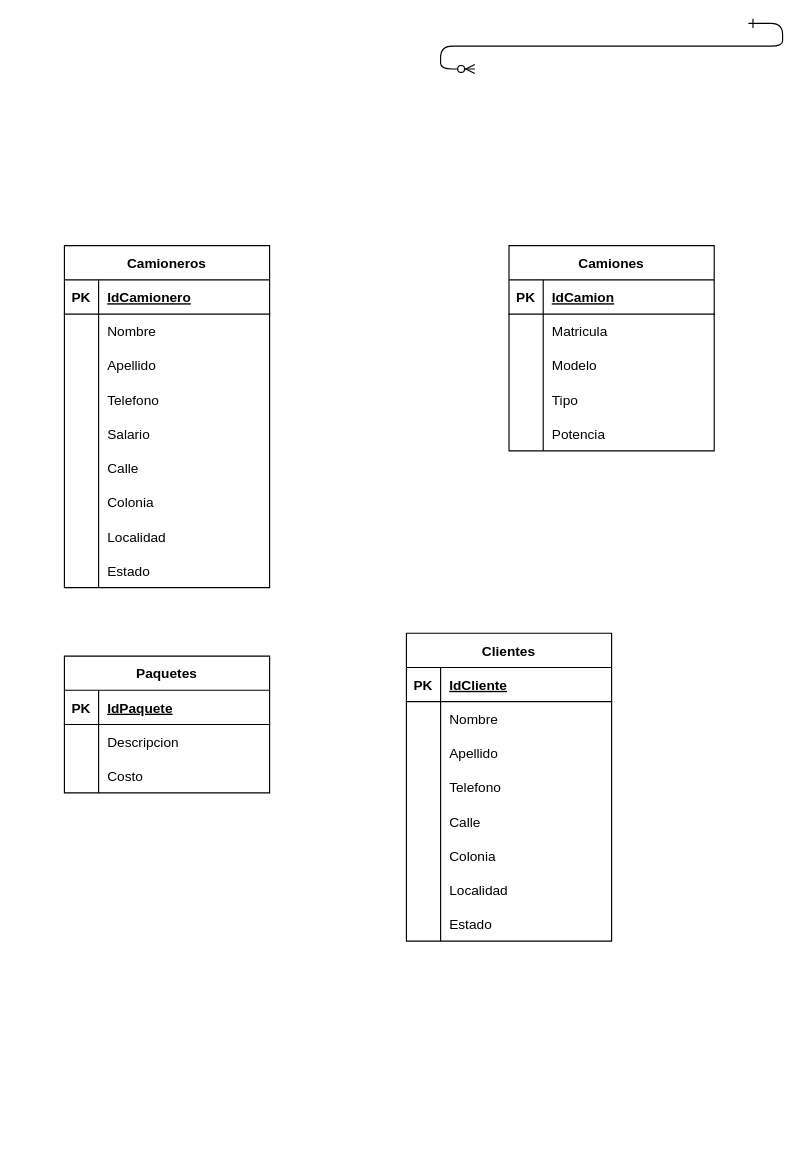
Earlier version of the draw.io diagram Transportes.drawio (DanielaaER/Base-de-Datos). Source tidied: cells renumbered, new cells numbered last; positions are measured from the earlier drawing's top-left corner, leaving out a move shared by most shapes. Both pictures are drawn from the tidied source at 114%, with x=0, y=0 at pixel (64, 23).
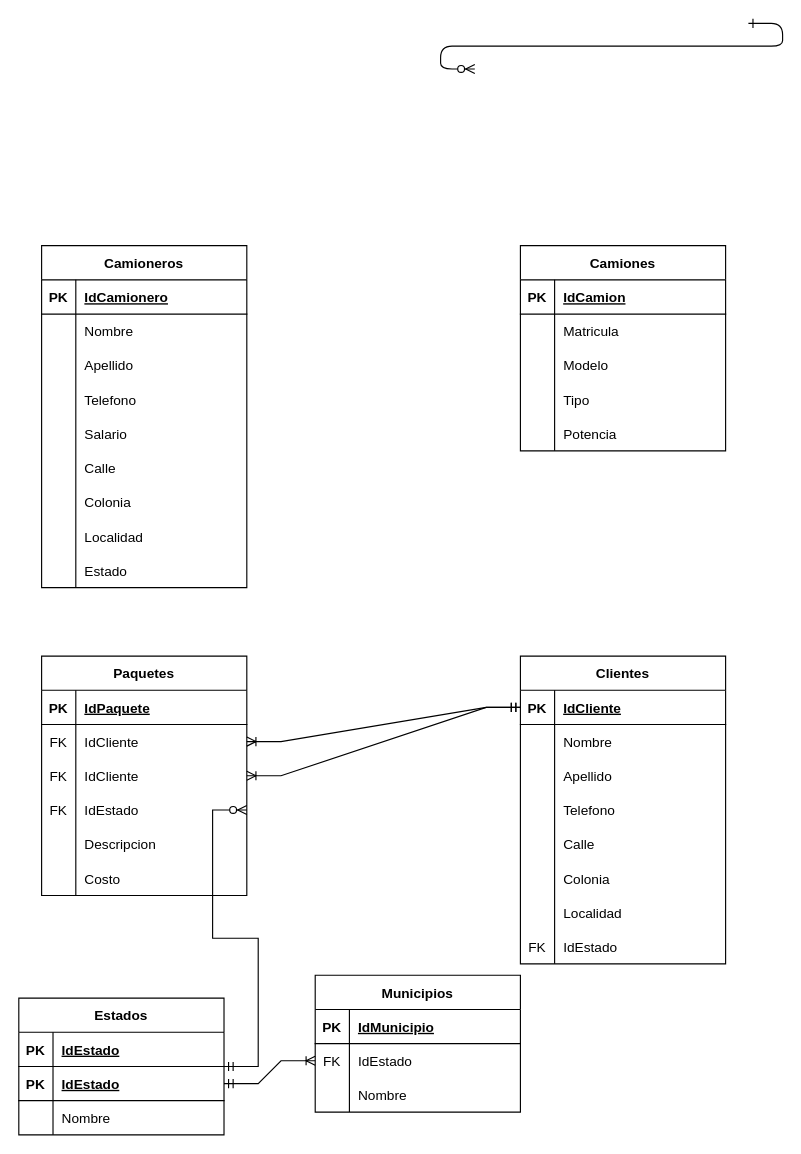
The same page after the edit.

Commit message:
hice conexiones

Unchanged cells that the change refers to:
```xml
<mxCell id="58" style="shape=tableRow;horizontal=0;startSize=0;swimlaneHead=0;swimlaneBody=0;fillColor=none;points=[[0,0.5],[1,0.5]];portConstraint=eastwest;top=0;left=0;right=0;bottom=1;" parent="57" vertex="1">
  <mxGeometry y="30" width="180" height="30" as="geometry" />
</mxCell>
<mxCell id="79" style="shape=tableRow;horizontal=0;startSize=0;swimlaneHead=0;swimlaneBody=0;fillColor=none;top=0;left=0;right=0;bottom=0;" parent="57" vertex="1">
  <mxGeometry y="240" width="180" height="30" as="geometry" />
</mxCell>
```

What changed in the source:
```diff
@@
     <mxCell id="3" value="Camioneros" style="shape=table;startSize=30;childLayout=tableLayout;rowLines=0;fontStyle=1;align=center;" parent="1" vertex="1">
-      <mxGeometry y="195" width="180" height="300" as="geometry" />
+      <mxGeometry x="-20" y="195" width="180" height="300" as="geometry" />
     </mxCell>
@@
     <mxCell id="31" value="Camiones" style="shape=table;startSize=30;childLayout=tableLayout;rowLines=0;fontStyle=1;align=center;" parent="1" vertex="1">
-      <mxGeometry x="390" y="195" width="180" height="180" as="geometry" />
+      <mxGeometry x="400" y="195" width="180" height="180" as="geometry" />
     </mxCell>
@@
     <mxCell id="47" value="Paquetes" style="shape=table;startSize=30;childLayout=tableLayout;rowLines=0;fontStyle=1;align=center;" parent="1" vertex="1">
-      <mxGeometry y="555" width="180" height="120" as="geometry" />
+      <mxGeometry x="-20" y="555" width="180" height="210" as="geometry" />
     </mxCell>
@@
+    <mxCell id="82" style="shape=tableRow;horizontal=0;startSize=0;swimlaneHead=0;swimlaneBody=0;fillColor=none;points=[[0,0.5],[1,0.5]];portConstraint=eastwest;top=0;left=0;right=0;bottom=0;" parent="47" vertex="1">
+      <mxGeometry y="60" width="180" height="30" as="geometry" />
+    </mxCell>
+    <mxCell id="83" value="FK" style="shape=partialRectangle;fillColor=none;top=0;left=0;bottom=0;right=0;fontStyle=0;overflow=hidden;" parent="82" vertex="1">
+      <mxGeometry width="30" height="30" as="geometry" />
+    </mxCell>
+    <mxCell id="84" value="IdCliente" style="shape=partialRectangle;fillColor=none;top=0;left=0;bottom=0;right=0;align=left;spacingLeft=6;fontStyle=0;overflow=hidden;" parent="82" vertex="1">
+      <mxGeometry x="30" width="150" height="30" as="geometry" />
+    </mxCell>
+    <mxCell id="85" style="shape=tableRow;horizontal=0;startSize=0;swimlaneHead=0;swimlaneBody=0;fillColor=none;points=[[0,0.5],[1,0.5]];portConstraint=eastwest;top=0;left=0;right=0;bottom=0;" parent="47" vertex="1">
+      <mxGeometry y="90" width="180" height="30" as="geometry" />
+    </mxCell>
+    <mxCell id="86" value="FK" style="shape=partialRectangle;fillColor=none;top=0;left=0;bottom=0;right=0;fontStyle=0;overflow=hidden;" parent="85" vertex="1">
+      <mxGeometry width="30" height="30" as="geometry" />
+    </mxCell>
+    <mxCell id="87" value="IdCliente" style="shape=partialRectangle;fillColor=none;top=0;left=0;bottom=0;right=0;align=left;spacingLeft=6;fontStyle=0;overflow=hidden;" parent="85" vertex="1">
+      <mxGeometry x="30" width="150" height="30" as="geometry" />
+    </mxCell>
+    <mxCell id="88" style="shape=tableRow;horizontal=0;startSize=0;swimlaneHead=0;swimlaneBody=0;fillColor=none;points=[[0,0.5],[1,0.5]];portConstraint=eastwest;top=0;left=0;right=0;bottom=0;" parent="47" vertex="1">
+      <mxGeometry y="120" width="180" height="30" as="geometry" />
+    </mxCell>
+    <mxCell id="89" value="FK" style="shape=partialRectangle;fillColor=none;top=0;left=0;bottom=0;right=0;fontStyle=0;overflow=hidden;" parent="88" vertex="1">
+      <mxGeometry width="30" height="30" as="geometry" />
+    </mxCell>
+    <mxCell id="90" value="IdEstado" style="shape=partialRectangle;fillColor=none;top=0;left=0;bottom=0;right=0;align=left;spacingLeft=6;fontStyle=0;overflow=hidden;" parent="88" vertex="1">
+      <mxGeometry x="30" width="150" height="30" as="geometry" />
+    </mxCell>
     <mxCell id="51" style="shape=tableRow;horizontal=0;startSize=0;swimlaneHead=0;swimlaneBody=0;fillColor=none;top=0;left=0;right=0;bottom=0;" parent="47" vertex="1">
-      <mxGeometry y="60" width="180" height="30" as="geometry" />
+      <mxGeometry y="150" width="180" height="30" as="geometry" />
     </mxCell>
@@
     <mxCell id="54" style="shape=tableRow;horizontal=0;startSize=0;swimlaneHead=0;swimlaneBody=0;fillColor=none;top=0;left=0;right=0;bottom=0;" parent="47" vertex="1">
-      <mxGeometry y="90" width="180" height="30" as="geometry" />
+      <mxGeometry y="180" width="180" height="30" as="geometry" />
     </mxCell>
@@
     <mxCell id="57" value="Clientes" style="shape=table;startSize=30;childLayout=tableLayout;rowLines=0;fontStyle=1;align=center;" parent="1" vertex="1">
-      <mxGeometry x="300" y="535" width="180" height="270" as="geometry" />
+      <mxGeometry x="400" y="555" width="180" height="270" as="geometry" />
     </mxCell>
@@
-    <mxCell id="80" style="shape=partialRectangle;fillColor=none;top=0;left=0;bottom=0;right=0;overflow=hidden;" parent="79" vertex="1">
-      <mxGeometry width="30" height="30" as="geometry" />
-    </mxCell>
-    <mxCell id="81" value="Estado" style="shape=partialRectangle;fillColor=none;top=0;left=0;bottom=0;right=0;align=left;spacingLeft=6;overflow=hidden;" parent="79" vertex="1">
-      <mxGeometry x="30" width="150" height="30" as="geometry" />
-    </mxCell>
+    <mxCell id="91" value="FK" style="shape=partialRectangle;fillColor=none;top=0;left=0;bottom=0;right=0;fontStyle=0;overflow=hidden;" parent="79" vertex="1">
+      <mxGeometry width="30" height="30" as="geometry" />
+    </mxCell>
+    <mxCell id="92" value="IdEstado" style="shape=partialRectangle;fillColor=none;top=0;left=0;bottom=0;right=0;align=left;spacingLeft=6;fontStyle=0;overflow=hidden;" parent="79" vertex="1">
+      <mxGeometry x="30" width="150" height="30" as="geometry" />
+    </mxCell>
+    <mxCell id="93" value="Estados" style="shape=table;startSize=30;childLayout=tableLayout;rowLines=0;fontStyle=1;align=center;" parent="1" vertex="1">
+      <mxGeometry x="-40" y="855" width="180" height="120" as="geometry" />
+    </mxCell>
+    <mxCell id="94" style="shape=tableRow;horizontal=0;startSize=0;swimlaneHead=0;swimlaneBody=0;fillColor=none;top=0;left=0;right=0;bottom=1;" parent="93" vertex="1">
+      <mxGeometry y="30" width="180" height="30" as="geometry" />
+    </mxCell>
+    <mxCell id="95" value="PK" style="shape=partialRectangle;fillColor=none;top=0;left=0;bottom=0;right=0;fontStyle=1;overflow=hidden;" parent="94" vertex="1">
+      <mxGeometry width="30" height="30" as="geometry" />
+    </mxCell>
+    <mxCell id="96" value="IdEstado" style="shape=partialRectangle;fillColor=none;top=0;left=0;bottom=0;right=0;align=left;spacingLeft=6;fontStyle=5;overflow=hidden;" parent="94" vertex="1">
+      <mxGeometry x="30" width="150" height="30" as="geometry" />
+    </mxCell>
+    <mxCell id="97" style="shape=tableRow;horizontal=0;startSize=0;swimlaneHead=0;swimlaneBody=0;fillColor=none;points=[[0,0.5],[1,0.5]];portConstraint=eastwest;top=0;left=0;right=0;bottom=1;" parent="93" vertex="1">
+      <mxGeometry y="60" width="180" height="30" as="geometry" />
+    </mxCell>
+    <mxCell id="98" value="PK" style="shape=partialRectangle;fillColor=none;top=0;left=0;bottom=0;right=0;fontStyle=1;overflow=hidden;" parent="97" vertex="1">
+      <mxGeometry width="30" height="30" as="geometry" />
+    </mxCell>
+    <mxCell id="99" value="IdEstado" style="shape=partialRectangle;fillColor=none;top=0;left=0;bottom=0;right=0;align=left;spacingLeft=6;fontStyle=5;overflow=hidden;" parent="97" vertex="1">
+      <mxGeometry x="30" width="150" height="30" as="geometry" />
+    </mxCell>
+    <mxCell id="100" style="shape=tableRow;horizontal=0;startSize=0;swimlaneHead=0;swimlaneBody=0;fillColor=none;top=0;left=0;right=0;bottom=0;" parent="93" vertex="1">
+      <mxGeometry y="90" width="180" height="30" as="geometry" />
+    </mxCell>
+    <mxCell id="101" style="shape=partialRectangle;fillColor=none;top=0;left=0;bottom=0;right=0;overflow=hidden;" parent="100" vertex="1">
+      <mxGeometry width="30" height="30" as="geometry" />
+    </mxCell>
+    <mxCell id="102" value="Nombre" style="shape=partialRectangle;fillColor=none;top=0;left=0;bottom=0;right=0;align=left;spacingLeft=6;overflow=hidden;" parent="100" vertex="1">
+      <mxGeometry x="30" width="150" height="30" as="geometry" />
+    </mxCell>
+    <mxCell id="103" value="Municipios" style="shape=table;startSize=30;childLayout=tableLayout;rowLines=0;fontStyle=1;align=center;" parent="1" vertex="1">
+      <mxGeometry x="220" y="835" width="180" height="120" as="geometry" />
+    </mxCell>
+    <mxCell id="104" style="shape=tableRow;horizontal=0;startSize=0;swimlaneHead=0;swimlaneBody=0;fillColor=none;top=0;left=0;right=0;bottom=1;" parent="103" vertex="1">
+      <mxGeometry y="30" width="180" height="30" as="geometry" />
+    </mxCell>
+    <mxCell id="105" value="PK" style="shape=partialRectangle;fillColor=none;top=0;left=0;bottom=0;right=0;fontStyle=1;overflow=hidden;" parent="104" vertex="1">
+      <mxGeometry width="30" height="30" as="geometry" />
+    </mxCell>
+    <mxCell id="106" value="IdMunicipio" style="shape=partialRectangle;fillColor=none;top=0;left=0;bottom=0;right=0;align=left;spacingLeft=6;fontStyle=5;overflow=hidden;" parent="104" vertex="1">
+      <mxGeometry x="30" width="150" height="30" as="geometry" />
+    </mxCell>
+    <mxCell id="107" style="shape=tableRow;horizontal=0;startSize=0;swimlaneHead=0;swimlaneBody=0;fillColor=none;points=[[0,0.5],[1,0.5]];portConstraint=eastwest;top=0;left=0;right=0;bottom=0;" parent="103" vertex="1">
+      <mxGeometry y="60" width="180" height="30" as="geometry" />
+    </mxCell>
+    <mxCell id="108" value="FK" style="shape=partialRectangle;fillColor=none;top=0;left=0;bottom=0;right=0;fontStyle=0;overflow=hidden;" parent="107" vertex="1">
+      <mxGeometry width="30" height="30" as="geometry" />
+    </mxCell>
+    <mxCell id="109" value="IdEstado" style="shape=partialRectangle;fillColor=none;top=0;left=0;bottom=0;right=0;align=left;spacingLeft=6;fontStyle=0;overflow=hidden;" parent="107" vertex="1">
+      <mxGeometry x="30" width="150" height="30" as="geometry" />
+    </mxCell>
+    <mxCell id="110" style="shape=tableRow;horizontal=0;startSize=0;swimlaneHead=0;swimlaneBody=0;fillColor=none;top=0;left=0;right=0;bottom=0;" parent="103" vertex="1">
+      <mxGeometry y="90" width="180" height="30" as="geometry" />
+    </mxCell>
+    <mxCell id="111" style="shape=partialRectangle;fillColor=none;top=0;left=0;bottom=0;right=0;overflow=hidden;" parent="110" vertex="1">
+      <mxGeometry width="30" height="30" as="geometry" />
+    </mxCell>
+    <mxCell id="112" value="Nombre" style="shape=partialRectangle;fillColor=none;top=0;left=0;bottom=0;right=0;align=left;spacingLeft=6;overflow=hidden;" parent="110" vertex="1">
+      <mxGeometry x="30" width="150" height="30" as="geometry" />
+    </mxCell>
+    <mxCell id="113" style="edgeStyle=entityRelationEdgeStyle;fontSize=12;html=1;endArrow=ERoneToMany;startArrow=ERmandOne;rounded=0;exitX=1;exitY=0.5;exitDx=0;exitDy=0;entryX=0;entryY=0.5;entryDx=0;entryDy=0;" parent="1" edge="1" source="97" target="107">
+      <mxGeometry relative="1" as="geometry" />
+    </mxCell>
+    <mxCell id="114" style="edgeStyle=entityRelationEdgeStyle;fontSize=12;html=1;endArrow=ERzeroToMany;startArrow=ERmandOne;rounded=0;entryX=1;entryY=0.5;entryDx=0;entryDy=0;" parent="1" edge="1" source="93" target="88">
+      <mxGeometry relative="1" as="geometry" />
+    </mxCell>
+    <mxCell id="115" style="edgeStyle=entityRelationEdgeStyle;fontSize=12;html=1;endArrow=ERoneToMany;startArrow=ERmandOne;rounded=0;exitX=0;exitY=0.5;exitDx=0;exitDy=0;entryX=1;entryY=0.5;entryDx=0;entryDy=0;" parent="1" edge="1" source="58" target="85">
+      <mxGeometry relative="1" as="geometry" />
+    </mxCell>
+    <mxCell id="116" style="edgeStyle=entityRelationEdgeStyle;fontSize=12;html=1;endArrow=ERoneToMany;startArrow=ERmandOne;rounded=0;exitX=0;exitY=0.5;exitDx=0;exitDy=0;entryX=1;entryY=0.5;entryDx=0;entryDy=0;" parent="1" edge="1" source="58" target="82">
+      <mxGeometry relative="1" as="geometry" />
+    </mxCell>
```
